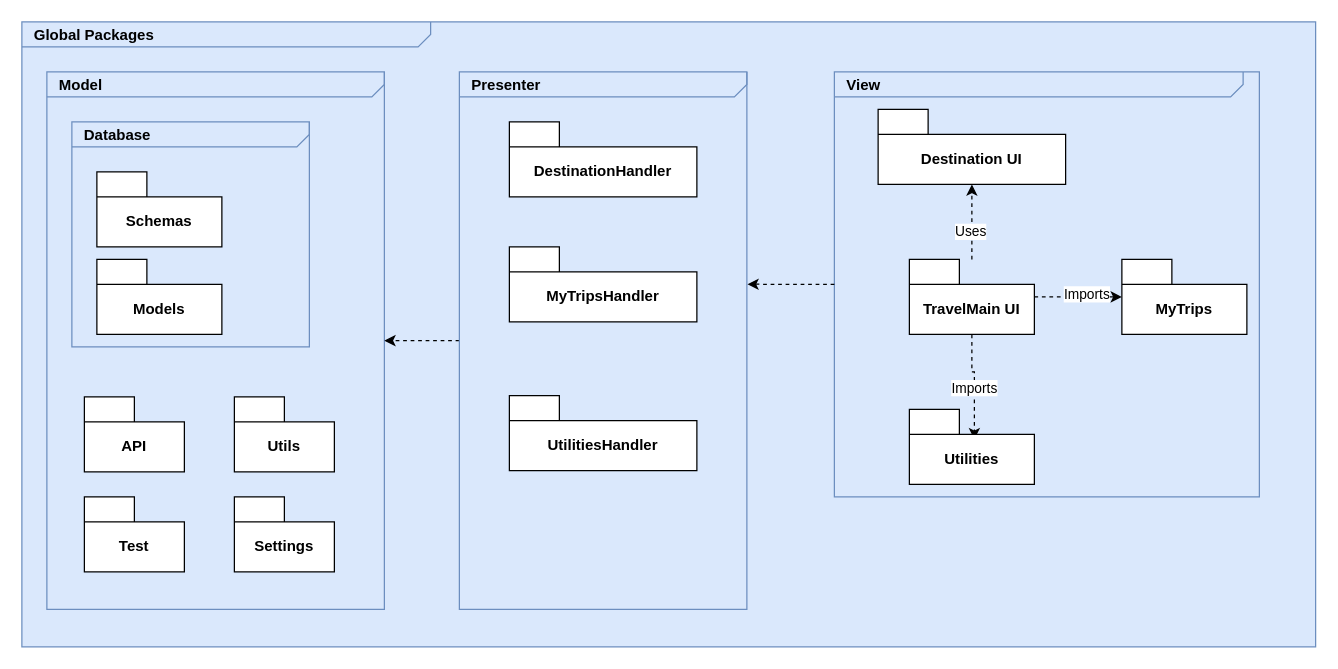
The draw.io diagram Travel.drawio in MurielleMardenli200/LOG8430_TP1, before the edit. Source tidied: cells renumbered, new cells numbered last; positions are measured from the earlier drawing's top-left corner, leaving out a move shared by most shapes. Both pictures are drawn from the tidied source at 125%, with x=0, y=0 at pixel (21, 21).
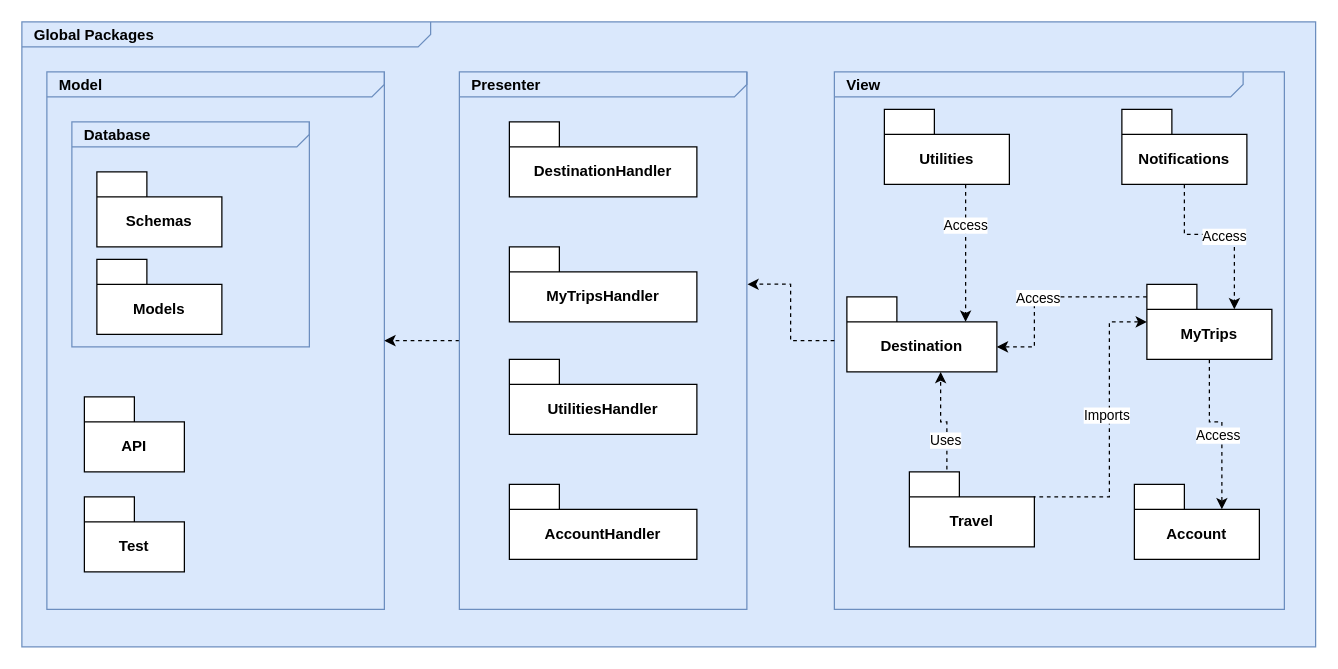
After the change.

Diff of the diagram source:
```diff
@@
     <mxCell id="3" value="&lt;p style=&quot;margin: 0px ; margin-top: 4px ; margin-left: 10px ; text-align: left&quot;&gt;&lt;b&gt;View&lt;/b&gt;&lt;/p&gt;" style="html=1;strokeWidth=1;shape=mxgraph.sysml.package;html=1;overflow=fill;whiteSpace=wrap;fillColor=#dae8fc;fontSize=12;align=center;labelX=327.64;strokeColor=#6c8ebf;" parent="1" vertex="1">
-      <mxGeometry x="650" y="40" width="340" height="340" as="geometry" />
+      <mxGeometry x="650" y="40" width="360" height="430" as="geometry" />
     </mxCell>
-    <mxCell id="4" value="Destination UI" style="shape=folder;fontStyle=1;tabWidth=40;tabHeight=20;tabPosition=left;html=1;boundedLbl=1;whiteSpace=wrap;" parent="1" vertex="1">
-      <mxGeometry x="685" y="70" width="150" height="60" as="geometry" />
+    <mxCell id="4" value="Destination" style="shape=folder;fontStyle=1;tabWidth=40;tabHeight=20;tabPosition=left;html=1;boundedLbl=1;whiteSpace=wrap;" parent="1" vertex="1">
+      <mxGeometry x="660" y="220" width="120" height="60" as="geometry" />
     </mxCell>
-    <mxCell id="5" style="edgeStyle=orthogonalEdgeStyle;shape=connector;rounded=0;jettySize=auto;html=1;dashed=1;strokeColor=default;align=center;verticalAlign=middle;fontFamily=Helvetica;fontSize=11;fontColor=default;labelBackgroundColor=default;endArrow=classic;" parent="1" edge="1" source="11" target="12">
-      <mxGeometry relative="1" as="geometry" />
+    <mxCell id="5" style="edgeStyle=orthogonalEdgeStyle;shape=connector;rounded=0;jettySize=auto;html=1;dashed=1;strokeColor=default;align=center;verticalAlign=middle;fontFamily=Helvetica;fontSize=11;fontColor=default;labelBackgroundColor=default;endArrow=classic;exitX=0;exitY=0;exitDx=100;exitDy=40;exitPerimeter=0;" parent="1" edge="1" source="11" target="12">
+      <mxGeometry relative="1" as="geometry">
+        <Array as="points">
+          <mxPoint x="810" y="380" />
+          <mxPoint x="870" y="380" />
+          <mxPoint x="870" y="240" />
+        </Array>
+      </mxGeometry>
     </mxCell>
@@
-    <mxCell id="7" style="edgeStyle=orthogonalEdgeStyle;shape=connector;rounded=0;jettySize=auto;html=1;dashed=1;strokeColor=default;align=center;verticalAlign=middle;fontFamily=Helvetica;fontSize=11;fontColor=default;labelBackgroundColor=default;endArrow=classic;" parent="1" edge="1" source="11" target="4">
-      <mxGeometry relative="1" as="geometry" />
+    <mxCell id="7" style="edgeStyle=orthogonalEdgeStyle;shape=connector;rounded=0;jettySize=auto;html=1;dashed=1;strokeColor=default;align=center;verticalAlign=middle;fontFamily=Helvetica;fontSize=11;fontColor=default;labelBackgroundColor=default;endArrow=classic;exitX=0.3;exitY=0.167;exitDx=0;exitDy=0;exitPerimeter=0;" parent="1" edge="1" source="11" target="4">
+      <mxGeometry relative="1" as="geometry">
+        <Array as="points">
+          <mxPoint x="740" y="320" />
+          <mxPoint x="735" y="320" />
+        </Array>
+      </mxGeometry>
     </mxCell>
@@
-    <mxCell id="9" style="edgeStyle=orthogonalEdgeStyle;shape=connector;rounded=0;jettySize=auto;html=1;dashed=1;strokeColor=default;align=center;verticalAlign=middle;fontFamily=Helvetica;fontSize=11;fontColor=default;labelBackgroundColor=default;endArrow=classic;entryX=0.52;entryY=0.4;entryDx=0;entryDy=0;entryPerimeter=0;" parent="1" edge="1" source="11" target="13">
-      <mxGeometry relative="1" as="geometry" />
-    </mxCell>
-    <mxCell id="10" value="Imports" style="edgeLabel;html=1;align=center;verticalAlign=middle;fontFamily=Helvetica;fontSize=11;fontColor=default;labelBackgroundColor=default;" parent="9" vertex="1">
-      <mxGeometry x="0.02" y="-1" relative="1" as="geometry" />
-    </mxCell>
-    <mxCell id="11" value="TravelMain UI" style="shape=folder;fontStyle=1;tabWidth=40;tabHeight=20;tabPosition=left;html=1;boundedLbl=1;whiteSpace=wrap;" parent="1" vertex="1">
-      <mxGeometry x="710" y="190" width="100" height="60" as="geometry" />
+    <mxCell id="11" value="Travel" style="shape=folder;fontStyle=1;tabWidth=40;tabHeight=20;tabPosition=left;html=1;boundedLbl=1;whiteSpace=wrap;" parent="1" vertex="1">
+      <mxGeometry x="710" y="360" width="100" height="60" as="geometry" />
     </mxCell>
+    <mxCell id="28" style="edgeStyle=orthogonalEdgeStyle;shape=connector;rounded=0;jettySize=auto;html=1;dashed=1;strokeColor=default;align=center;verticalAlign=middle;fontFamily=Helvetica;fontSize=11;fontColor=default;labelBackgroundColor=default;endArrow=classic;entryX=0;entryY=0;entryDx=70;entryDy=20;entryPerimeter=0;" parent="1" edge="1" source="12" target="32">
+      <mxGeometry relative="1" as="geometry" />
+    </mxCell>
+    <mxCell id="29" value="Access" style="edgeLabel;html=1;align=center;verticalAlign=middle;fontFamily=Helvetica;fontSize=11;fontColor=default;labelBackgroundColor=default;" parent="28" vertex="1">
+      <mxGeometry x="0.08" y="-4" relative="1" as="geometry" />
+    </mxCell>
+    <mxCell id="30" style="edgeStyle=orthogonalEdgeStyle;shape=connector;rounded=0;jettySize=auto;html=1;dashed=1;strokeColor=default;align=center;verticalAlign=middle;fontFamily=Helvetica;fontSize=11;fontColor=default;labelBackgroundColor=default;endArrow=classic;entryX=0;entryY=0;entryDx=120;entryDy=40;entryPerimeter=0;" parent="1" edge="1" source="12" target="4">
+      <mxGeometry relative="1" as="geometry">
+        <Array as="points">
+          <mxPoint x="810" y="220" />
+          <mxPoint x="810" y="260" />
+        </Array>
+      </mxGeometry>
+    </mxCell>
+    <mxCell id="31" value="Access" style="edgeLabel;html=1;align=center;verticalAlign=middle;fontFamily=Helvetica;fontSize=11;fontColor=default;labelBackgroundColor=default;" parent="30" vertex="1">
+      <mxGeometry x="0.12" y="2" relative="1" as="geometry" />
+    </mxCell>
     <mxCell id="12" value="MyTrips" style="shape=folder;fontStyle=1;tabWidth=40;tabHeight=20;tabPosition=left;html=1;boundedLbl=1;whiteSpace=wrap;" parent="1" vertex="1">
-      <mxGeometry x="880" y="190" width="100" height="60" as="geometry" />
+      <mxGeometry x="900" y="210" width="100" height="60" as="geometry" />
     </mxCell>
     <mxCell id="13" value="Utilities" style="shape=folder;fontStyle=1;tabWidth=40;tabHeight=20;tabPosition=left;html=1;boundedLbl=1;whiteSpace=wrap;" parent="1" vertex="1">
-      <mxGeometry x="710" y="310" width="100" height="60" as="geometry" />
+      <mxGeometry x="690" y="70" width="100" height="60" as="geometry" />
     </mxCell>
@@
-    <mxCell id="16" value="Utils" style="shape=folder;fontStyle=1;tabWidth=40;tabHeight=20;tabPosition=left;html=1;boundedLbl=1;whiteSpace=wrap;" parent="1" vertex="1">
-      <mxGeometry x="170" y="300" width="80" height="60" as="geometry" />
-    </mxCell>
@@
-    <mxCell id="20" value="Settings" style="shape=folder;fontStyle=1;tabWidth=40;tabHeight=20;tabPosition=left;html=1;boundedLbl=1;whiteSpace=wrap;" parent="1" vertex="1">
-      <mxGeometry x="170" y="380" width="80" height="60" as="geometry" />
-    </mxCell>
@@
     <mxCell id="26" value="UtilitiesHandler" style="shape=folder;fontStyle=1;tabWidth=40;tabHeight=20;tabPosition=left;html=1;boundedLbl=1;whiteSpace=wrap;" parent="1" vertex="1">
-      <mxGeometry x="390" y="299" width="150" height="60" as="geometry" />
+      <mxGeometry x="390" y="270" width="150" height="60" as="geometry" />
     </mxCell>
@@
+    <mxCell id="32" value="Account" style="shape=folder;fontStyle=1;tabWidth=40;tabHeight=20;tabPosition=left;html=1;boundedLbl=1;whiteSpace=wrap;" parent="1" vertex="1">
+      <mxGeometry x="890" y="370" width="100" height="60" as="geometry" />
+    </mxCell>
+    <mxCell id="33" value="Notifications" style="shape=folder;fontStyle=1;tabWidth=40;tabHeight=20;tabPosition=left;html=1;boundedLbl=1;whiteSpace=wrap;" parent="1" vertex="1">
+      <mxGeometry x="880" y="70" width="100" height="60" as="geometry" />
+    </mxCell>
+    <mxCell id="34" style="edgeStyle=orthogonalEdgeStyle;shape=connector;rounded=0;jettySize=auto;html=1;entryX=0;entryY=0;entryDx=70;entryDy=20;entryPerimeter=0;dashed=1;strokeColor=default;align=center;verticalAlign=middle;fontFamily=Helvetica;fontSize=11;fontColor=default;labelBackgroundColor=default;endArrow=classic;" parent="1" edge="1" source="33" target="12">
+      <mxGeometry relative="1" as="geometry" />
+    </mxCell>
+    <mxCell id="35" value="Access" style="edgeLabel;html=1;align=center;verticalAlign=middle;fontFamily=Helvetica;fontSize=11;fontColor=default;labelBackgroundColor=default;" parent="34" vertex="1">
+      <mxGeometry x="0.01" y="-1" relative="1" as="geometry" />
+    </mxCell>
+    <mxCell id="36" value="AccountHandler" style="shape=folder;fontStyle=1;tabWidth=40;tabHeight=20;tabPosition=left;html=1;boundedLbl=1;whiteSpace=wrap;" parent="1" vertex="1">
+      <mxGeometry x="390" y="370" width="150" height="60" as="geometry" />
+    </mxCell>
+    <mxCell id="37" style="edgeStyle=orthogonalEdgeStyle;shape=connector;rounded=0;jettySize=auto;html=1;dashed=1;strokeColor=default;align=center;verticalAlign=middle;fontFamily=Helvetica;fontSize=11;fontColor=default;labelBackgroundColor=default;endArrow=classic;entryX=0;entryY=0;entryDx=95;entryDy=20;entryPerimeter=0;" parent="1" edge="1" source="13" target="4">
+      <mxGeometry relative="1" as="geometry">
+        <Array as="points">
+          <mxPoint x="755" y="150" />
+          <mxPoint x="755" y="150" />
+        </Array>
+      </mxGeometry>
+    </mxCell>
+    <mxCell id="38" value="Access" style="edgeLabel;html=1;align=center;verticalAlign=middle;fontFamily=Helvetica;fontSize=11;fontColor=default;labelBackgroundColor=default;" parent="37" vertex="1">
+      <mxGeometry x="-0.41" y="-1" relative="1" as="geometry" />
+    </mxCell>
```
